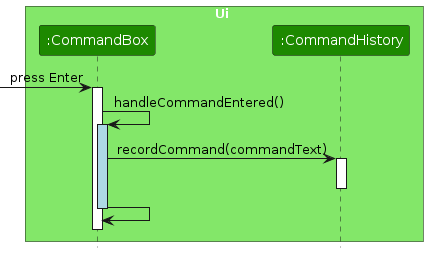
The PlantUML diagram diagrams/CommandHistoryEnterSequenceDiagram.png in AY2526S2-CS2103-F08-4/tp, before a commit. Its source is kept beside it as diagrams/CommandHistoryEnterSequenceDiagram.puml. Its diagram source:
```plantuml
@startuml

!include style.puml
skinparam ArrowFontStyle plain

box Ui UI_COLOR_T1
participant ":CommandBox" as CommandBox UI_COLOR
participant ":CommandHistory" as CommandHistory UI_COLOR
end box

-> CommandBox : press Enter
activate CommandBox

CommandBox -> CommandBox : handleCommandEntered()
activate CommandBox #LightBlue

CommandBox -> CommandHistory : recordCommand(commandText)
activate CommandHistory

deactivate CommandHistory

CommandBox -> CommandBox
deactivate CommandBox

<-[Hidden]- CommandBox
deactivate CommandBox

@enduml
```
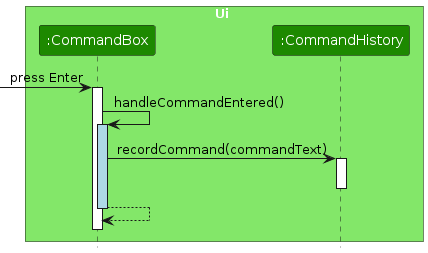
Above is the later version.

Change to the diagram source:
```diff
@@ -19,7 +19,7 @@
 
 deactivate CommandHistory
 
-CommandBox -> CommandBox
+CommandBox --> CommandBox
 deactivate CommandBox
 
 <-[Hidden]- CommandBox
```
